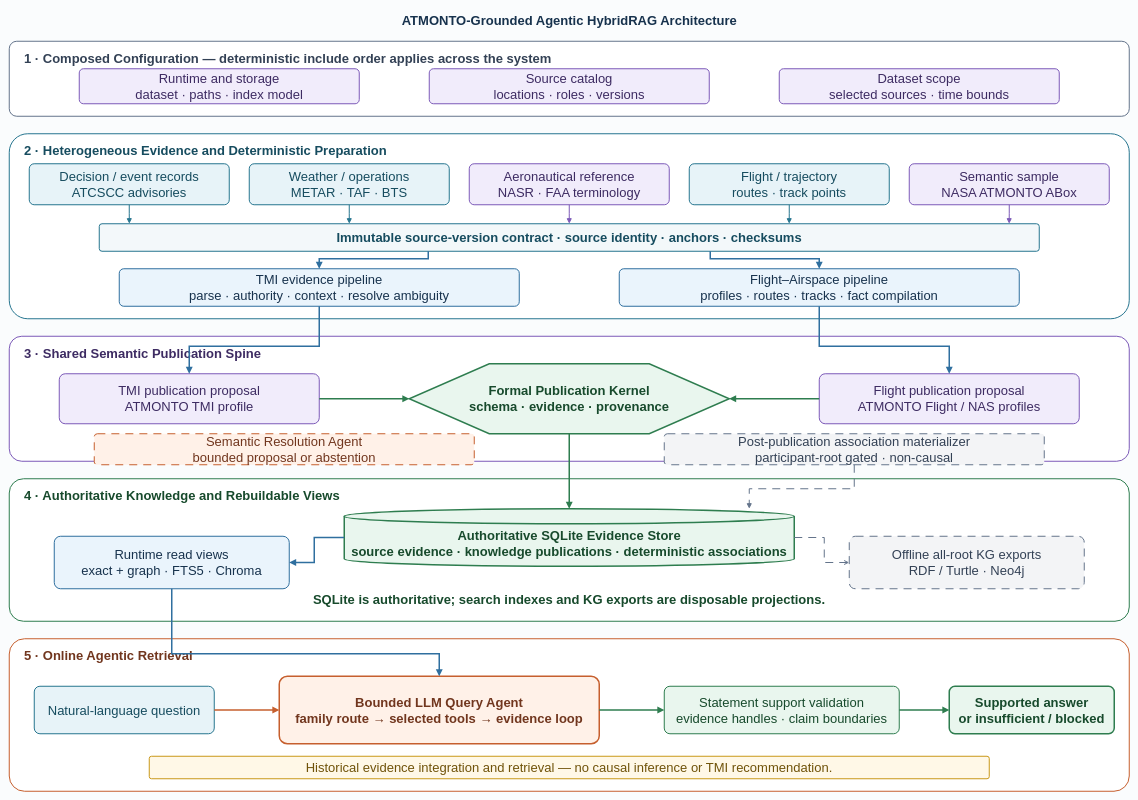
This is docs/figures/aviation_hybridrag_system_architecture.drawio from exordor/aviation_agentic_ai, a draw.io file, before an edit. Source tidied: cells renumbered, new cells numbered last; positions are measured from the earlier drawing's top-left corner, leaving out a move shared by most shapes. Both pictures are drawn from the tidied source at 50%, with x=0, y=0 at pixel (9, 8).
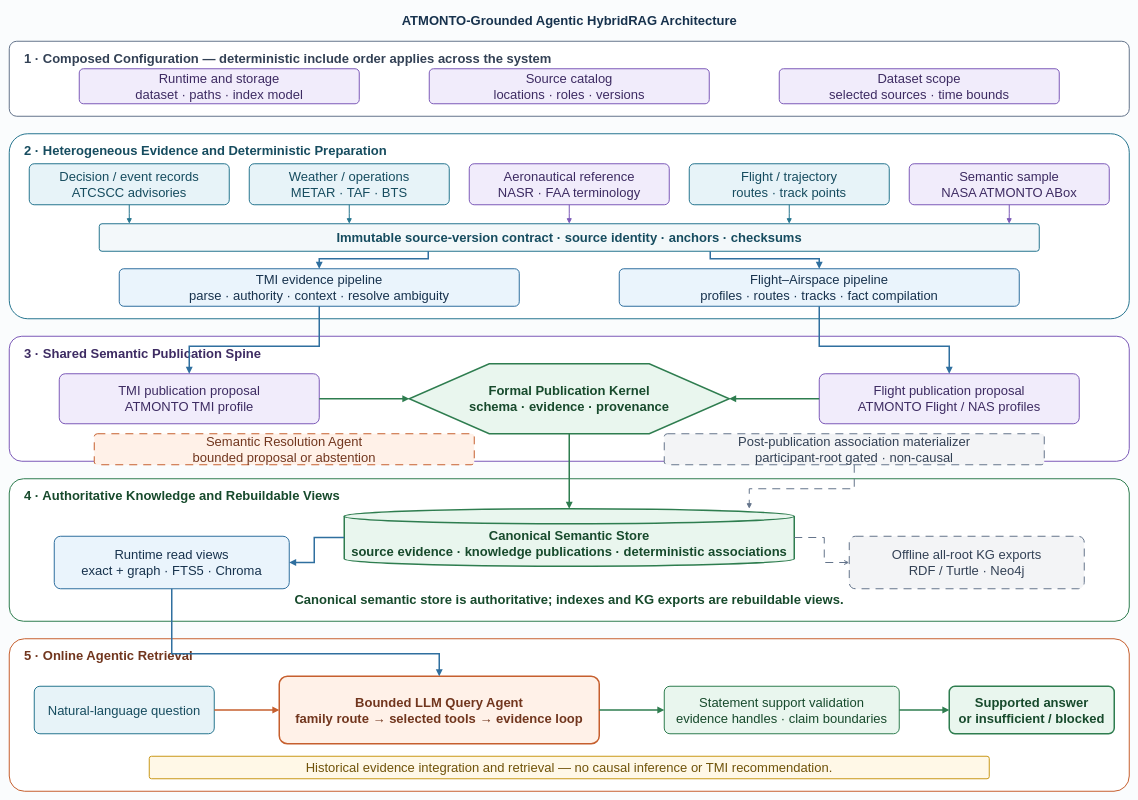
After the change.

Commit message (it also covers changes not shown here):
docs(agent-system): align framework architecture and terminology

Change to the diagram source:
```diff
@@
-    <mxCell id="23" value="Authoritative SQLite Evidence Store&#10;source evidence · knowledge publications · deterministic associations" style="shape=cylinder3;boundedLbl=1;backgroundOutline=1;size=15;html=1;whiteSpace=wrap;align=center;verticalAlign=middle;fontFamily=Helvetica;fontSize=26;fontStyle=1;fillColor=#E9F6EE;strokeColor=#2E7D4F;fontColor=#174A2C;strokeWidth=3;" parent="1" vertex="1">
+    <mxCell id="23" value="Canonical Semantic Store&#10;source evidence · knowledge publications · deterministic associations" style="shape=cylinder3;boundedLbl=1;backgroundOutline=1;size=15;html=1;whiteSpace=wrap;align=center;verticalAlign=middle;fontFamily=Helvetica;fontSize=26;fontStyle=1;fillColor=#E9F6EE;strokeColor=#2E7D4F;fontColor=#174A2C;strokeWidth=3;" parent="1" vertex="1">
       <mxGeometry x="670" y="1000" width="900" height="115" as="geometry" />
     </mxCell>
@@
-    <mxCell id="26" value="SQLite is authoritative; search indexes and KG exports are disposable projections." style="text;html=1;whiteSpace=wrap;align=center;verticalAlign=middle;fontFamily=Helvetica;fontSize=26;fontStyle=1;fontColor=#174A2C;" parent="1" vertex="1">
+    <mxCell id="26" value="Canonical semantic store is authoritative; indexes and KG exports are rebuildable views." style="text;html=1;whiteSpace=wrap;align=center;verticalAlign=middle;fontFamily=Helvetica;fontSize=26;fontStyle=1;fontColor=#174A2C;" parent="1" vertex="1">
       <mxGeometry x="420" y="1160" width="1400" height="42" as="geometry" />
     </mxCell>
```
